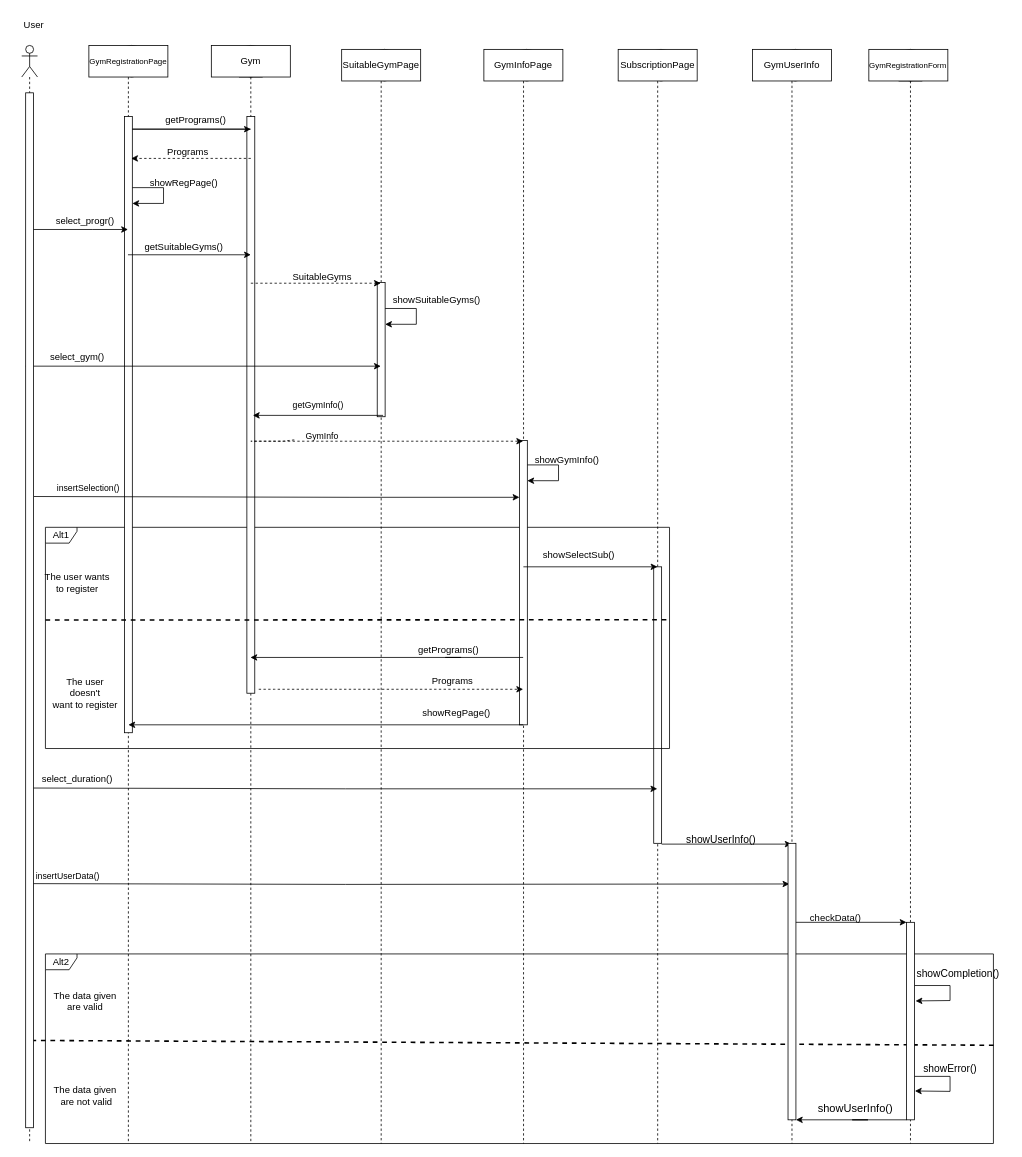
Earlier version of the draw.io diagram ΤΕΛΙΚΟ ΠΑΡΑΔΟΤΕΟ/Sequence-diagrams-v1.0/sd_εγγραφή_σε _γυμναστήριο.drawio (Dionkaps/Eu-Zin). Source tidied: cells renumbered, new cells numbered last; positions are measured from the earlier drawing's top-left corner, leaving out a move shared by most shapes. Both pictures are drawn from the tidied source at 79%, with x=0, y=0 at pixel (13, 13).
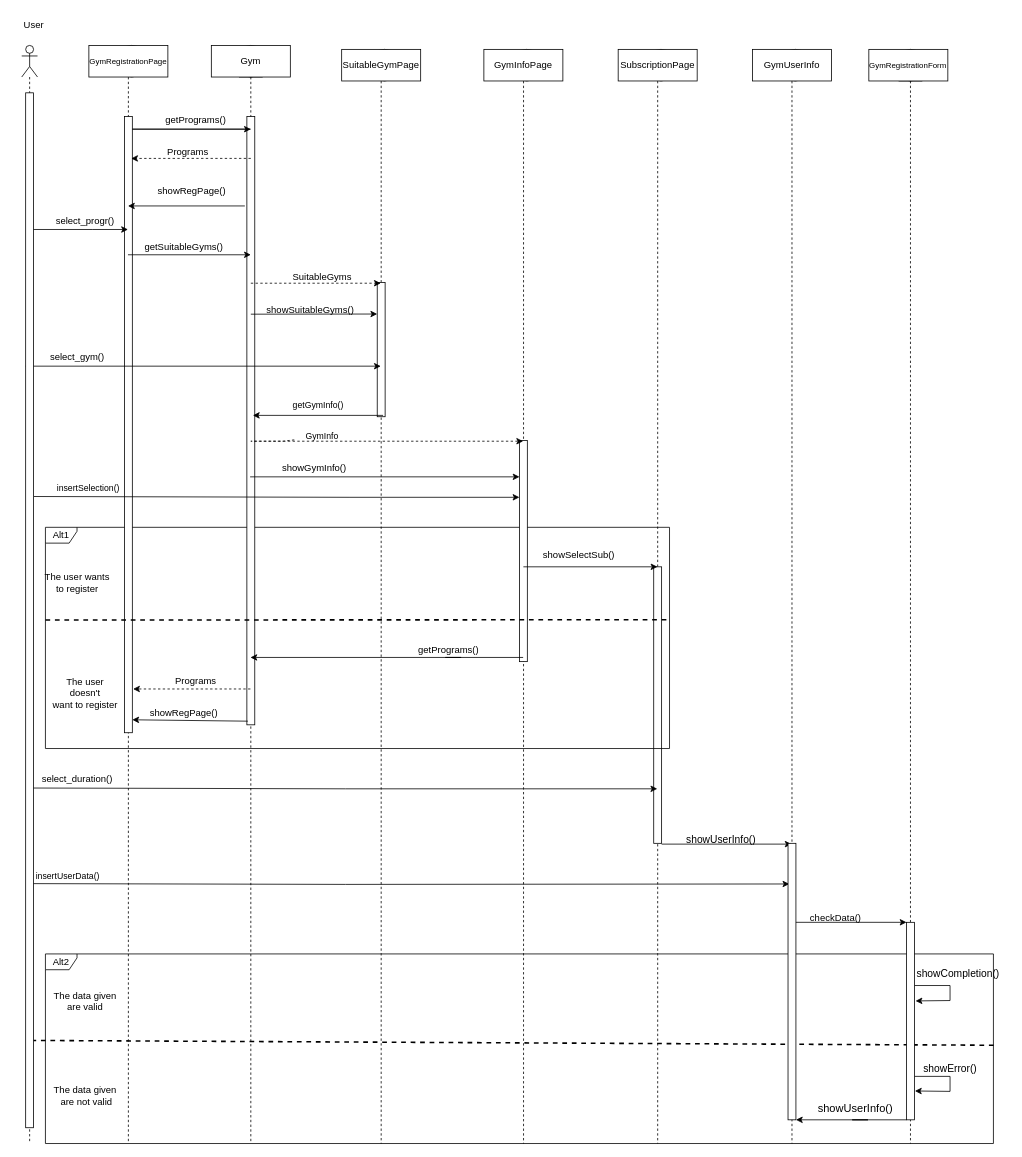
After the change.

Unchanged cells that the change refers to:
```xml
<mxCell id="4" style="shape=umlLifeline;perimeter=lifelinePerimeter;whiteSpace=wrap;html=1;outlineConnect=0;portConstraint=eastwest;newEdgeStyle={&quot;edgeStyle&quot;:&quot;elbowEdgeStyle&quot;,&quot;elbow&quot;:&quot;vertical&quot;,&quot;curved&quot;:0,&quot;rounded&quot;:0};participant=umlBoundary;" parent="1" vertex="1">
  <mxGeometry x="620.2" y="45" width="50" height="1385" as="geometry" />
</mxCell>
<mxCell id="7" style="shape=umlLifeline;perimeter=lifelinePerimeter;whiteSpace=wrap;html=1;outlineConnect=0;portConstraint=eastwest;newEdgeStyle={&quot;edgeStyle&quot;:&quot;elbowEdgeStyle&quot;,&quot;elbow&quot;:&quot;vertical&quot;,&quot;curved&quot;:0,&quot;rounded&quot;:0};participant=umlBoundary;" parent="1" vertex="1">
  <mxGeometry x="120" y="40" width="50" height="1390" as="geometry" />
</mxCell>
<mxCell id="8" style="html=1;points=[];perimeter=orthogonalPerimeter;" parent="1" vertex="1">
  <mxGeometry x="140" y="130" width="10" height="780" as="geometry" />
</mxCell>
<mxCell id="11" style="shape=umlLifeline;perimeter=lifelinePerimeter;whiteSpace=wrap;html=1;outlineConnect=0;portConstraint=eastwest;newEdgeStyle={&quot;edgeStyle&quot;:&quot;elbowEdgeStyle&quot;,&quot;elbow&quot;:&quot;vertical&quot;,&quot;curved&quot;:0,&quot;rounded&quot;:0};participant=umlEntity;" parent="1" vertex="1">
  <mxGeometry x="280" y="40" width="40" height="1390" as="geometry" />
</mxCell>
```

The edit, as a diff of the source:
```diff
@@
     <mxCell id="6" style="html=1;perimeter=orthogonalPerimeter;" parent="1" vertex="1">
-      <mxGeometry x="640" y="540" width="10" height="360" as="geometry" />
+      <mxGeometry x="640" y="540" width="10" height="280" as="geometry" />
     </mxCell>
@@
     <mxCell id="12" style="html=1;points=[];perimeter=orthogonalPerimeter;" parent="1" vertex="1">
-      <mxGeometry x="295" y="130" width="10" height="730" as="geometry" />
+      <mxGeometry x="295" y="130" width="10" height="770" as="geometry" />
     </mxCell>
@@
     <mxCell id="19" value="Programs" style="text;html=1;align=center;verticalAlign=middle;strokeColor=none;fillColor=none;" parent="1" vertex="1">
-      <mxGeometry x="515.2" y="830" width="80" height="30" as="geometry" />
+      <mxGeometry x="190" y="830" width="80" height="30" as="geometry" />
     </mxCell>
     <mxCell id="20" value="showRegPage()" style="text;html=1;align=center;verticalAlign=middle;strokeColor=none;fillColor=none;" parent="1" vertex="1">
-      <mxGeometry x="505.2" y="870" width="110" height="30" as="geometry" />
+      <mxGeometry x="160" y="870" width="110" height="30" as="geometry" />
     </mxCell>
@@
     <mxCell id="24" value="showSuitableGyms()" style="text;html=1;align=center;verticalAlign=middle;strokeColor=none;fillColor=none;" parent="1" vertex="1">
-      <mxGeometry x="470" y="348" width="130" height="30" as="geometry" />
+      <mxGeometry x="310" y="360" width="130" height="30" as="geometry" />
     </mxCell>
@@
     <mxCell id="36" value="showGymInfo()" style="text;html=1;align=center;verticalAlign=middle;strokeColor=none;fillColor=none;" parent="1" vertex="1">
-      <mxGeometry x="650" y="550" width="100" height="30" as="geometry" />
+      <mxGeometry x="330" y="560" width="100" height="30" as="geometry" />
     </mxCell>
-    <mxCell id="37" style="endArrow=classic;html=1;rounded=0;dashed=1;" parent="1" edge="1" target="4">
-      <mxGeometry relative="1" as="geometry">
-        <mxPoint x="310" y="855" as="sourcePoint" />
-        <Array as="points">
-          <mxPoint x="330" y="855" />
-        </Array>
-      </mxGeometry>
+    <mxCell id="37" style="endArrow=classic;html=1;rounded=0;dashed=1;entryX=1.1;entryY=0.929;entryDx=0;entryDy=0;entryPerimeter=0;" parent="1" edge="1" source="11" target="8">
+      <mxGeometry relative="1" as="geometry" />
     </mxCell>
@@
     <mxCell id="39" value="showRegPage()" style="text;html=1;align=center;verticalAlign=middle;strokeColor=none;fillColor=none;" parent="1" vertex="1">
-      <mxGeometry x="160" y="200" width="110" height="30" as="geometry" />
+      <mxGeometry x="170" y="210" width="110" height="30" as="geometry" />
     </mxCell>
@@
-    <mxCell id="64" style="endArrow=classic;html=1;rounded=0;strokeWidth=1;fontSize=12;" parent="1" edge="1">
-      <mxGeometry y="61" relative="1" as="geometry">
-        <mxPoint x="150" y="220" as="sourcePoint" />
-        <mxPoint x="150" y="240" as="targetPoint" />
-        <Array as="points">
-          <mxPoint x="189.5" y="220" />
-          <mxPoint x="189.5" y="240" />
-        </Array>
-      </mxGeometry>
-    </mxCell>
@@
-    <mxCell id="67" style="endArrow=classic;html=1;rounded=0;" parent="1" edge="1" source="4">
-      <mxGeometry relative="1" as="geometry">
-        <mxPoint x="145" y="900" as="targetPoint" />
-      </mxGeometry>
-    </mxCell>
@@
-    <mxCell id="76" style="endArrow=classic;html=1;rounded=0;strokeWidth=1;fontSize=12;" parent="1" edge="1">
-      <mxGeometry y="61" relative="1" as="geometry">
-        <mxPoint x="470" y="373" as="sourcePoint" />
-        <mxPoint x="470" y="393" as="targetPoint" />
-        <Array as="points">
-          <mxPoint x="509.5" y="373" />
-          <mxPoint x="509.5" y="393" />
-        </Array>
-      </mxGeometry>
-    </mxCell>
-    <mxCell id="77" style="endArrow=classic;html=1;rounded=0;strokeWidth=1;fontSize=12;" parent="1" edge="1">
-      <mxGeometry y="61" relative="1" as="geometry">
-        <mxPoint x="650" y="571" as="sourcePoint" />
-        <mxPoint x="650" y="591" as="targetPoint" />
-        <Array as="points">
-          <mxPoint x="689.5" y="571" />
-          <mxPoint x="689.5" y="591" />
-        </Array>
-      </mxGeometry>
-    </mxCell>
+    <mxCell id="78" style="endArrow=classic;html=1;rounded=0;exitX=-0.257;exitY=0.147;exitDx=0;exitDy=0;exitPerimeter=0;" parent="1" edge="1" source="12" target="7">
+      <mxGeometry relative="1" as="geometry" />
+    </mxCell>
+    <mxCell id="79" style="endArrow=classic;html=1;rounded=0;exitX=0.5;exitY=0.329;exitDx=0;exitDy=0;exitPerimeter=0;" parent="1" edge="1">
+      <mxGeometry relative="1" as="geometry">
+        <mxPoint x="300" y="380.2" as="sourcePoint" />
+        <mxPoint x="460" y="380" as="targetPoint" />
+      </mxGeometry>
+    </mxCell>
+    <mxCell id="80" style="endArrow=classic;html=1;rounded=0;entryX=0.005;entryY=0.104;entryDx=0;entryDy=0;entryPerimeter=0;" parent="1" edge="1">
+      <mxGeometry relative="1" as="geometry">
+        <mxPoint x="299.1" y="586.1" as="sourcePoint" />
+        <mxPoint x="640.1" y="586.1" as="targetPoint" />
+      </mxGeometry>
+    </mxCell>
+    <mxCell id="81" style="endArrow=classic;html=1;rounded=0;exitX=0.124;exitY=0.994;exitDx=0;exitDy=0;exitPerimeter=0;entryX=1;entryY=0.979;entryDx=0;entryDy=0;entryPerimeter=0;" parent="1" edge="1" source="12" target="8">
+      <mxGeometry relative="1" as="geometry" />
+    </mxCell>
```
